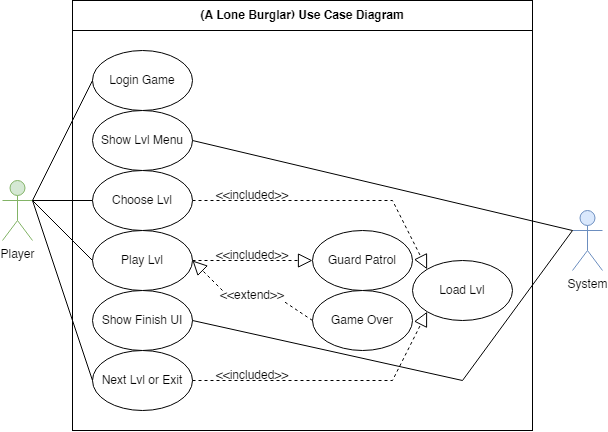
johannfac/A-Lone-Burglar keeps this draw.io diagram as use case diagram.png. Above is the earlier version. Source tidied: cells renumbered, new cells last; positions are measured from the earlier drawing's top-left corner, leaving out a move shared by most shapes.
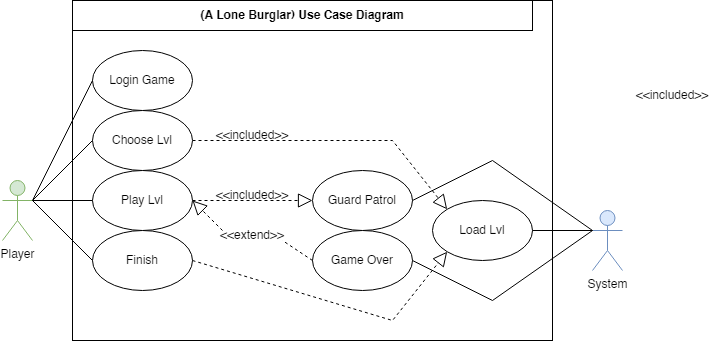
After the change.

The edit, as a diff of the source:
```diff
@@ -3,58 +3,59 @@
     <mxCell id="0" />
     <mxCell id="1" parent="0" />
     <mxCell id="2" style="rounded=0;whiteSpace=wrap;html=1;" parent="1" vertex="1">
-      <mxGeometry x="70" width="460" height="430" as="geometry" />
+      <mxGeometry x="70" width="480" height="340" as="geometry" />
     </mxCell>
     <mxCell id="3" value="Player" style="shape=umlActor;verticalLabelPosition=bottom;verticalAlign=top;html=1;outlineConnect=0;fillColor=#d5e8d4;strokeColor=#82b366;" parent="1" vertex="1">
       <mxGeometry y="180" width="30" height="60" as="geometry" />
     </mxCell>
     <mxCell id="4" value="System" style="shape=umlActor;verticalLabelPosition=bottom;verticalAlign=top;html=1;outlineConnect=0;fillColor=#dae8fc;strokeColor=#6c8ebf;" parent="1" vertex="1">
-      <mxGeometry x="570" y="210" width="30" height="60" as="geometry" />
+      <mxGeometry x="590" y="210" width="30" height="60" as="geometry" />
     </mxCell>
     <mxCell id="5" value="Load Lvl" style="ellipse;whiteSpace=wrap;html=1;" parent="1" vertex="1">
-      <mxGeometry x="410" y="260" width="100" height="60" as="geometry" />
+      <mxGeometry x="430" y="200" width="100" height="60" as="geometry" />
     </mxCell>
     <mxCell id="6" style="endArrow=block;dashed=1;endFill=0;endSize=12;html=1;rounded=0;exitX=1;exitY=0.5;exitDx=0;exitDy=0;entryX=0;entryY=0;entryDx=0;entryDy=0;startArrow=none;" parent="1" edge="1" source="9" target="5">
       <mxGeometry relative="1" as="geometry">
         <Array as="points">
-          <mxPoint x="390" y="200" />
+          <mxPoint x="390" y="140" />
         </Array>
       </mxGeometry>
     </mxCell>
     <mxCell id="7" value="&amp;lt;&amp;lt;included&amp;gt;&amp;gt;" style="text;html=1;strokeColor=none;fillColor=none;align=center;verticalAlign=middle;whiteSpace=wrap;rounded=0;" parent="1" vertex="1">
-      <mxGeometry x="220" y="190" width="60" height="10" as="geometry" />
+      <mxGeometry x="220" y="130" width="60" height="10" as="geometry" />
     </mxCell>
-    <mxCell id="8" value="Show Lvl Menu" style="ellipse;whiteSpace=wrap;html=1;" parent="1" vertex="1">
-      <mxGeometry x="90" y="110" width="100" height="60" as="geometry" />
-    </mxCell>
     <mxCell id="9" value="Choose Lvl" style="ellipse;whiteSpace=wrap;html=1;" parent="1" vertex="1">
-      <mxGeometry x="90" y="170" width="100" height="60" as="geometry" />
+      <mxGeometry x="90" y="110" width="100" height="60" as="geometry" />
     </mxCell>
     <mxCell id="10" value="Play Lvl" style="ellipse;whiteSpace=wrap;html=1;" parent="1" vertex="1">
-      <mxGeometry x="90" y="230" width="100" height="60" as="geometry" />
+      <mxGeometry x="90" y="170" width="100" height="60" as="geometry" />
     </mxCell>
     <mxCell id="11" value="Guard Patrol" style="ellipse;whiteSpace=wrap;html=1;" parent="1" vertex="1">
-      <mxGeometry x="310" y="230" width="100" height="60" as="geometry" />
+      <mxGeometry x="310" y="170" width="100" height="60" as="geometry" />
     </mxCell>
     <mxCell id="12" style="endArrow=block;dashed=1;endFill=0;endSize=12;html=1;rounded=0;exitX=1;exitY=0.5;exitDx=0;exitDy=0;entryX=0;entryY=0.5;entryDx=0;entryDy=0;startArrow=none;edgeStyle=orthogonalEdgeStyle;" parent="1" edge="1" source="10" target="11">
       <mxGeometry relative="1" as="geometry">
         <Array as="points">
-          <mxPoint x="250" y="260" />
-          <mxPoint x="250" y="260" />
+          <mxPoint x="250" y="200" />
+          <mxPoint x="250" y="200" />
         </Array>
       </mxGeometry>
     </mxCell>
     <mxCell id="13" value="&amp;lt;&amp;lt;included&amp;gt;&amp;gt;" style="text;html=1;strokeColor=none;fillColor=none;align=center;verticalAlign=middle;whiteSpace=wrap;rounded=0;" parent="1" vertex="1">
-      <mxGeometry x="220" y="250" width="60" height="10" as="geometry" />
+      <mxGeometry x="220" y="190" width="60" height="10" as="geometry" />
     </mxCell>
     <mxCell id="14" value="Game Over" style="ellipse;whiteSpace=wrap;html=1;" parent="1" vertex="1">
-      <mxGeometry x="310" y="290" width="100" height="60" as="geometry" />
+      <mxGeometry x="310" y="230" width="100" height="60" as="geometry" />
     </mxCell>
     <mxCell id="15" style="endArrow=block;dashed=1;endFill=0;endSize=12;html=1;rounded=0;exitX=0;exitY=0;exitDx=0;exitDy=0;startArrow=none;entryX=1;entryY=0.5;entryDx=0;entryDy=0;" parent="1" edge="1" source="20" target="10">
       <mxGeometry relative="1" as="geometry" />
     </mxCell>
-    <mxCell id="16" style="endArrow=none;endFill=0;endSize=12;html=1;rounded=0;exitX=0;exitY=0.3333333333333333;exitDx=0;exitDy=0;entryX=1;entryY=0.5;entryDx=0;entryDy=0;startArrow=none;exitPerimeter=0;" parent="1" edge="1" source="4" target="8">
-      <mxGeometry relative="1" as="geometry" />
+    <mxCell id="16" style="endArrow=none;endFill=0;endSize=12;html=1;rounded=0;exitX=0;exitY=0.3333333333333333;exitDx=0;exitDy=0;startArrow=none;exitPerimeter=0;entryX=1;entryY=0.5;entryDx=0;entryDy=0;" parent="1" edge="1" source="4" target="11">
+      <mxGeometry relative="1" as="geometry">
+        <Array as="points">
+          <mxPoint x="490" y="160" />
+        </Array>
+      </mxGeometry>
     </mxCell>
     <mxCell id="17" style="endArrow=none;endFill=0;endSize=12;html=1;rounded=0;exitX=1;exitY=0.3333333333333333;exitDx=0;exitDy=0;entryX=0;entryY=0.5;entryDx=0;entryDy=0;startArrow=none;exitPerimeter=0;" parent="1" edge="1" source="3" target="9">
       <mxGeometry relative="1" as="geometry" />
@@ -66,21 +67,18 @@
       <mxGeometry x="70" width="460" height="30" as="geometry" />
     </mxCell>
     <mxCell id="20" value="&amp;lt;&amp;lt;extend&amp;gt;&amp;gt;" style="text;html=1;strokeColor=none;fillColor=none;align=center;verticalAlign=middle;whiteSpace=wrap;rounded=0;" parent="1" vertex="1">
-      <mxGeometry x="220" y="290" width="60" height="10" as="geometry" />
+      <mxGeometry x="220" y="230" width="60" height="10" as="geometry" />
     </mxCell>
     <mxCell id="21" style="endArrow=none;dashed=1;endFill=0;endSize=12;html=1;rounded=0;exitX=0;exitY=0.5;exitDx=0;exitDy=0;startArrow=none;entryX=1;entryY=1;entryDx=0;entryDy=0;" parent="1" edge="1" source="14" target="20">
       <mxGeometry relative="1" as="geometry" />
     </mxCell>
-    <mxCell id="22" value="Show Finish&amp;nbsp;UI" style="ellipse;whiteSpace=wrap;html=1;" parent="1" vertex="1">
-      <mxGeometry x="90" y="290" width="100" height="60" as="geometry" />
-    </mxCell>
-    <mxCell id="23" value="Next Lvl or Exit" style="ellipse;whiteSpace=wrap;html=1;" parent="1" vertex="1">
-      <mxGeometry x="90" y="350" width="100" height="60" as="geometry" />
+    <mxCell id="23" value="Finish" style="ellipse;whiteSpace=wrap;html=1;" parent="1" vertex="1">
+      <mxGeometry x="90" y="230" width="100" height="60" as="geometry" />
     </mxCell>
-    <mxCell id="24" style="endArrow=none;endFill=0;endSize=12;html=1;rounded=0;exitX=0;exitY=0.3333333333333333;exitDx=0;exitDy=0;entryX=1;entryY=0.5;entryDx=0;entryDy=0;startArrow=none;exitPerimeter=0;" parent="1" edge="1" source="4" target="22">
+    <mxCell id="24" style="endArrow=none;endFill=0;endSize=12;html=1;rounded=0;exitX=0;exitY=0.3333333333333333;exitDx=0;exitDy=0;startArrow=none;exitPerimeter=0;entryX=1;entryY=0.5;entryDx=0;entryDy=0;" parent="1" edge="1" source="4" target="14">
       <mxGeometry relative="1" as="geometry">
         <Array as="points">
-          <mxPoint x="460" y="380" />
+          <mxPoint x="490" y="300" />
         </Array>
       </mxGeometry>
     </mxCell>
@@ -90,12 +88,12 @@
     <mxCell id="26" style="endArrow=block;dashed=1;endFill=0;endSize=12;html=1;rounded=0;exitX=1;exitY=0.5;exitDx=0;exitDy=0;entryX=0;entryY=1;entryDx=0;entryDy=0;startArrow=none;" parent="1" edge="1" source="23" target="5">
       <mxGeometry relative="1" as="geometry">
         <Array as="points">
-          <mxPoint x="390" y="380" />
+          <mxPoint x="390" y="320" />
         </Array>
       </mxGeometry>
     </mxCell>
     <mxCell id="27" value="&amp;lt;&amp;lt;included&amp;gt;&amp;gt;" style="text;html=1;strokeColor=none;fillColor=none;align=center;verticalAlign=middle;whiteSpace=wrap;rounded=0;" parent="1" vertex="1">
-      <mxGeometry x="220" y="370" width="60" height="10" as="geometry" />
+      <mxGeometry x="640" y="90" width="60" height="10" as="geometry" />
     </mxCell>
     <mxCell id="28" value="Login Game" style="ellipse;whiteSpace=wrap;html=1;" parent="1" vertex="1">
       <mxGeometry x="90" y="50" width="100" height="60" as="geometry" />
@@ -103,5 +101,8 @@
     <mxCell id="29" style="endArrow=none;endFill=0;endSize=12;html=1;rounded=0;exitX=1;exitY=0.3333333333333333;exitDx=0;exitDy=0;entryX=0;entryY=0.5;entryDx=0;entryDy=0;startArrow=none;exitPerimeter=0;" parent="1" edge="1" source="3" target="28">
       <mxGeometry relative="1" as="geometry" />
     </mxCell>
+    <mxCell id="30" style="endArrow=none;endFill=0;endSize=12;html=1;rounded=0;exitX=0;exitY=0.3333333333333333;exitDx=0;exitDy=0;startArrow=none;exitPerimeter=0;entryX=1;entryY=0.5;entryDx=0;entryDy=0;" parent="1" edge="1" source="4" target="5">
+      <mxGeometry relative="1" as="geometry" />
+    </mxCell>
   </root>
 </mxGraphModel>
```
